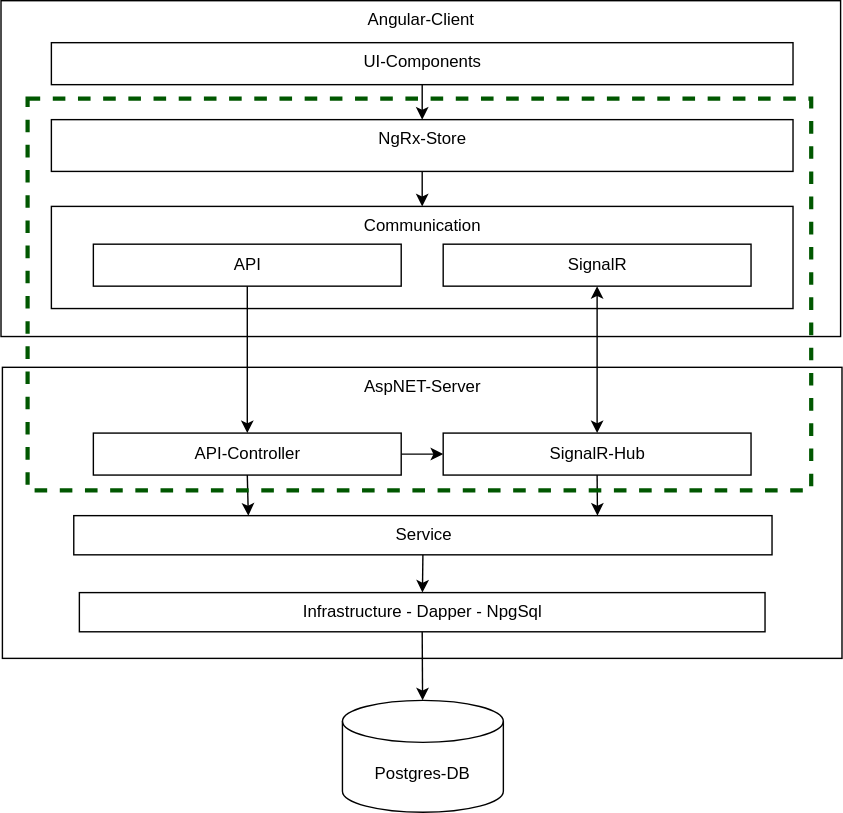
Earlier version of the draw.io export draw-io-files/impl/architecture-implementation.svg (RStolzlechner/bachelor-y-redux-socket). Source tidied: cells renumbered, new cells last; positions are measured from the earlier drawing's top-left corner, leaving out a move shared by most shapes. Its diagram source:
```xml
<mxGraphModel>
  <root>
    <mxCell id="0" />
    <mxCell id="1" parent="0" />
    <mxCell id="2" value="Angular-Client" style="html=1;verticalAlign=top;" parent="1" vertex="1">
      <mxGeometry width="600" height="240" as="geometry" />
    </mxCell>
    <mxCell id="3" style="edgeStyle=none;html=1;exitX=0.5;exitY=1;exitDx=0;exitDy=0;" parent="1" edge="1" source="4" target="6">
      <mxGeometry relative="1" as="geometry" />
    </mxCell>
    <mxCell id="4" value="UI-Components" style="html=1;verticalAlign=top;" parent="1" vertex="1">
      <mxGeometry x="36" y="30" width="530" height="30" as="geometry" />
    </mxCell>
    <mxCell id="5" style="edgeStyle=none;html=1;exitX=0.5;exitY=1;exitDx=0;exitDy=0;" parent="1" edge="1" source="6" target="7">
      <mxGeometry relative="1" as="geometry" />
    </mxCell>
    <mxCell id="6" value="NgRx-Store" style="html=1;verticalAlign=top;" parent="1" vertex="1">
      <mxGeometry x="36" y="85" width="530" height="37" as="geometry" />
    </mxCell>
    <mxCell id="7" value="Communication" style="html=1;align=center;verticalAlign=top;" parent="1" vertex="1">
      <mxGeometry x="36" y="147" width="530" height="73" as="geometry" />
    </mxCell>
    <mxCell id="8" value="API" style="html=1;" parent="1" vertex="1">
      <mxGeometry x="66" y="174" width="220" height="30" as="geometry" />
    </mxCell>
    <mxCell id="9" value="SignalR" style="html=1;" parent="1" vertex="1">
      <mxGeometry x="316" y="174" width="220" height="30" as="geometry" />
    </mxCell>
    <mxCell id="10" value="AspNET-Server" style="html=1;verticalAlign=top;" parent="1" vertex="1">
      <mxGeometry x="1" y="262" width="600" height="208" as="geometry" />
    </mxCell>
    <mxCell id="11" style="edgeStyle=none;html=1;exitX=0.5;exitY=1;exitDx=0;exitDy=0;entryX=0.25;entryY=0;entryDx=0;entryDy=0;startArrow=none;startFill=0;" parent="1" edge="1" source="13" target="17">
      <mxGeometry relative="1" as="geometry" />
    </mxCell>
    <mxCell id="12" style="edgeStyle=none;html=1;exitX=1;exitY=0.5;exitDx=0;exitDy=0;entryX=0;entryY=0.5;entryDx=0;entryDy=0;startArrow=none;startFill=0;" parent="1" edge="1" source="13" target="15">
      <mxGeometry relative="1" as="geometry" />
    </mxCell>
    <mxCell id="13" value="API-Controller" style="html=1;" parent="1" vertex="1">
      <mxGeometry x="66" y="309" width="220" height="30" as="geometry" />
    </mxCell>
    <mxCell id="14" style="edgeStyle=none;html=1;exitX=0.5;exitY=1;exitDx=0;exitDy=0;entryX=0.75;entryY=0;entryDx=0;entryDy=0;startArrow=none;startFill=0;" parent="1" edge="1" source="15" target="17">
      <mxGeometry relative="1" as="geometry" />
    </mxCell>
    <mxCell id="15" value="SignalR-Hub" style="html=1;" parent="1" vertex="1">
      <mxGeometry x="316" y="309" width="220" height="30" as="geometry" />
    </mxCell>
    <mxCell id="16" style="edgeStyle=none;html=1;exitX=0.5;exitY=1;exitDx=0;exitDy=0;startArrow=none;startFill=0;" parent="1" edge="1" source="17" target="19">
      <mxGeometry relative="1" as="geometry" />
    </mxCell>
    <mxCell id="17" value="Service" style="html=1;verticalAlign=top;" parent="1" vertex="1">
      <mxGeometry x="52" y="368" width="499" height="28" as="geometry" />
    </mxCell>
    <mxCell id="18" style="edgeStyle=none;html=1;exitX=0.5;exitY=1;exitDx=0;exitDy=0;startArrow=none;startFill=0;" parent="1" edge="1" source="19" target="22">
      <mxGeometry relative="1" as="geometry" />
    </mxCell>
    <mxCell id="19" value="Infrastructure - Dapper - NpgSql" style="html=1;verticalAlign=top;" parent="1" vertex="1">
      <mxGeometry x="56" y="423" width="490" height="28" as="geometry" />
    </mxCell>
    <mxCell id="20" style="edgeStyle=none;html=1;exitX=0.5;exitY=1;exitDx=0;exitDy=0;" parent="1" edge="1" source="8" target="13">
      <mxGeometry relative="1" as="geometry" />
    </mxCell>
    <mxCell id="21" style="edgeStyle=none;html=1;exitX=0.5;exitY=1;exitDx=0;exitDy=0;startArrow=classic;startFill=1;" parent="1" edge="1" source="9" target="15">
      <mxGeometry relative="1" as="geometry" />
    </mxCell>
    <mxCell id="22" value="Postgres-DB" style="shape=cylinder3;whiteSpace=wrap;html=1;boundedLbl=1;backgroundOutline=1;size=15;" parent="1" vertex="1">
      <mxGeometry x="244" y="500" width="115" height="80" as="geometry" />
    </mxCell>
    <mxCell id="23" style="rounded=0;whiteSpace=wrap;html=1;fillColor=none;dashed=1;strokeWidth=3;fontColor=#ffffff;strokeColor=#005700;" parent="1" vertex="1">
      <mxGeometry x="19" y="70" width="560" height="280" as="geometry" />
    </mxCell>
  </root>
</mxGraphModel>
```
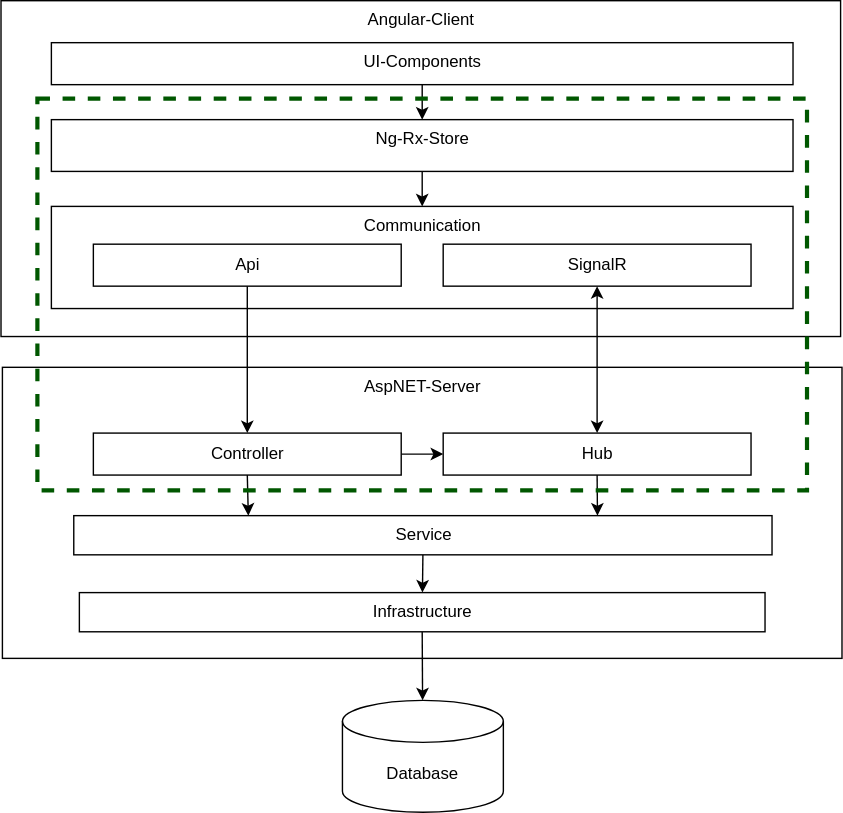
The same diagram one commit later.

Diff of the diagram source:
```diff
@@ -14,13 +14,13 @@
     <mxCell id="5" style="edgeStyle=none;html=1;exitX=0.5;exitY=1;exitDx=0;exitDy=0;" parent="1" edge="1" source="6" target="7">
       <mxGeometry relative="1" as="geometry" />
     </mxCell>
-    <mxCell id="6" value="NgRx-Store" style="html=1;verticalAlign=top;" parent="1" vertex="1">
+    <mxCell id="6" value="Ng-Rx-Store" style="html=1;verticalAlign=top;" parent="1" vertex="1">
       <mxGeometry x="36" y="85" width="530" height="37" as="geometry" />
     </mxCell>
     <mxCell id="7" value="Communication" style="html=1;align=center;verticalAlign=top;" parent="1" vertex="1">
       <mxGeometry x="36" y="147" width="530" height="73" as="geometry" />
     </mxCell>
-    <mxCell id="8" value="API" style="html=1;" parent="1" vertex="1">
+    <mxCell id="8" value="Api" style="html=1;" parent="1" vertex="1">
       <mxGeometry x="66" y="174" width="220" height="30" as="geometry" />
     </mxCell>
     <mxCell id="9" value="SignalR" style="html=1;" parent="1" vertex="1">
@@ -35,13 +35,13 @@
     <mxCell id="12" style="edgeStyle=none;html=1;exitX=1;exitY=0.5;exitDx=0;exitDy=0;entryX=0;entryY=0.5;entryDx=0;entryDy=0;startArrow=none;startFill=0;" parent="1" edge="1" source="13" target="15">
       <mxGeometry relative="1" as="geometry" />
     </mxCell>
-    <mxCell id="13" value="API-Controller" style="html=1;" parent="1" vertex="1">
+    <mxCell id="13" value="Controller" style="html=1;" parent="1" vertex="1">
       <mxGeometry x="66" y="309" width="220" height="30" as="geometry" />
     </mxCell>
     <mxCell id="14" style="edgeStyle=none;html=1;exitX=0.5;exitY=1;exitDx=0;exitDy=0;entryX=0.75;entryY=0;entryDx=0;entryDy=0;startArrow=none;startFill=0;" parent="1" edge="1" source="15" target="17">
       <mxGeometry relative="1" as="geometry" />
     </mxCell>
-    <mxCell id="15" value="SignalR-Hub" style="html=1;" parent="1" vertex="1">
+    <mxCell id="15" value="Hub" style="html=1;" parent="1" vertex="1">
       <mxGeometry x="316" y="309" width="220" height="30" as="geometry" />
     </mxCell>
     <mxCell id="16" style="edgeStyle=none;html=1;exitX=0.5;exitY=1;exitDx=0;exitDy=0;startArrow=none;startFill=0;" parent="1" edge="1" source="17" target="19">
@@ -53,7 +53,7 @@
     <mxCell id="18" style="edgeStyle=none;html=1;exitX=0.5;exitY=1;exitDx=0;exitDy=0;startArrow=none;startFill=0;" parent="1" edge="1" source="19" target="22">
       <mxGeometry relative="1" as="geometry" />
     </mxCell>
-    <mxCell id="19" value="Infrastructure - Dapper - NpgSql" style="html=1;verticalAlign=top;" parent="1" vertex="1">
+    <mxCell id="19" value="Infrastructure" style="html=1;verticalAlign=top;" parent="1" vertex="1">
       <mxGeometry x="56" y="423" width="490" height="28" as="geometry" />
     </mxCell>
     <mxCell id="20" style="edgeStyle=none;html=1;exitX=0.5;exitY=1;exitDx=0;exitDy=0;" parent="1" edge="1" source="8" target="13">
@@ -62,11 +62,11 @@
     <mxCell id="21" style="edgeStyle=none;html=1;exitX=0.5;exitY=1;exitDx=0;exitDy=0;startArrow=classic;startFill=1;" parent="1" edge="1" source="9" target="15">
       <mxGeometry relative="1" as="geometry" />
     </mxCell>
-    <mxCell id="22" value="Postgres-DB" style="shape=cylinder3;whiteSpace=wrap;html=1;boundedLbl=1;backgroundOutline=1;size=15;" parent="1" vertex="1">
+    <mxCell id="22" value="Database" style="shape=cylinder3;whiteSpace=wrap;html=1;boundedLbl=1;backgroundOutline=1;size=15;" parent="1" vertex="1">
       <mxGeometry x="244" y="500" width="115" height="80" as="geometry" />
     </mxCell>
     <mxCell id="23" style="rounded=0;whiteSpace=wrap;html=1;fillColor=none;dashed=1;strokeWidth=3;fontColor=#ffffff;strokeColor=#005700;" parent="1" vertex="1">
-      <mxGeometry x="19" y="70" width="560" height="280" as="geometry" />
+      <mxGeometry x="26" y="70" width="550" height="280" as="geometry" />
     </mxCell>
   </root>
 </mxGraphModel>
```
